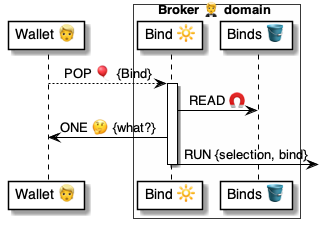
Earlier version of the PlantUML export 4 ⚙️ Solution/20 🧑‍🦰 UI/Brokers 🤵/🤵🔆 Broker locators/PopBind 🔆/Bind/🤵 PopBind ⚙️ uml.png (pollyweb-org/pollyweb-docs). Its source is kept beside it as 4 ⚙️ Solution/20 🧑‍🦰 UI/Brokers 🤵/🤵🔆 Broker locators/PopBind 🔆/Bind/🤵 PopBind ⚙️ uml.puml. The source it was exported from:
```plantuml
@startuml PopBind

participant "Wallet 👱" as wallet
box Broker 🤵 domain #FFFFFA
    participant "Bind 🔆" as popped
    participant "Binds 🪣" as binds
end box

wallet --> popped: POP 🎈 {Bind}


activate popped
    popped -> binds: READ 🧲
    popped -> wallet: ONE 🤔 {what?}
    popped -> : RUN {selection, bind}
deactivate popped

@enduml
```
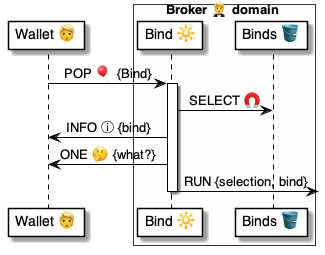
The same diagram one commit later.

Change to the diagram source:
```diff
@@ -6,11 +6,12 @@
     participant "Binds 🪣" as binds
 end box
 
-wallet --> popped: POP 🎈 {Bind}
+wallet -> popped: POP 🎈 {Bind}
 
 
 activate popped
-    popped -> binds: READ 🧲
+    popped -> binds: SELECT 🧲
+    popped -> wallet: INFO ⓘ {bind}
     popped -> wallet: ONE 🤔 {what?}
     popped -> : RUN {selection, bind}
 deactivate popped
```
